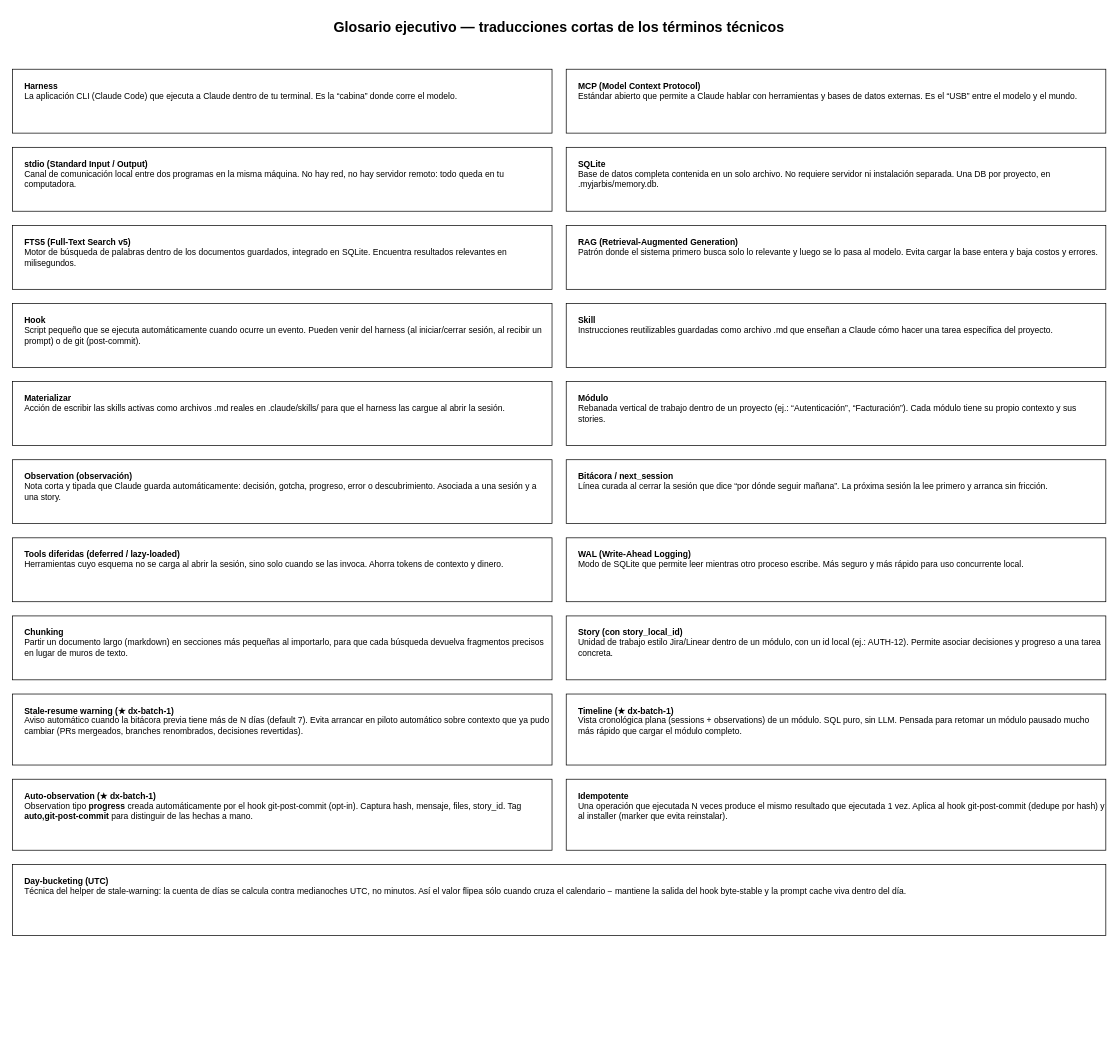
This is page "4. Glosario ejecutivo" (4 of 4) of docs/myjarbis-architecture.drawio from BraianTroncoso/myjarbis, a draw.io file, before an edit. Source tidied: cells renumbered, new cells numbered last; positions are measured from the earlier drawing's top-left corner, leaving out a move shared by most shapes. Both pictures are drawn from the tidied source at 71%, with x=0, y=0 at pixel (12, 12).
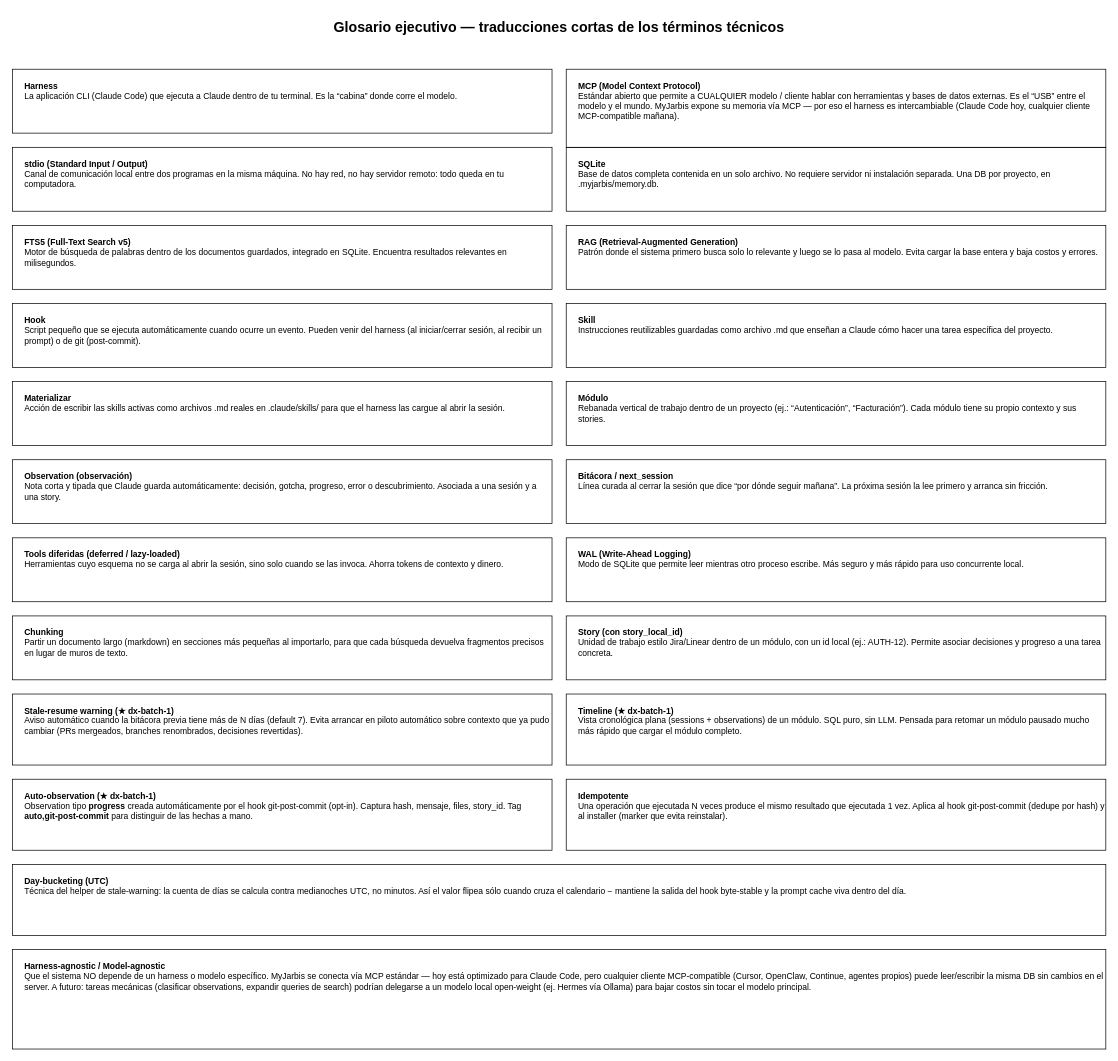
The same diagram, later.

Commit message (it also covers changes not shown here):
docs(diagram): surface MCP-agnostic positioning in architecture diagram

Change to the diagram source:
```diff
@@
-    <mxCell id="4" value="&lt;b&gt;MCP  (Model Context Protocol)&lt;/b&gt;&lt;br&gt;Estándar abierto que permite a Claude hablar con herramientas y bases de datos externas. Es el “USB” entre el modelo y el mundo." style="rounded=0;whiteSpace=wrap;html=1;fillColor=none;strokeColor=#000000;fontColor=#000000;align=left;verticalAlign=top;spacingLeft=15;spacingTop=10;" parent="1" vertex="1">
-      <mxGeometry x="780" y="80" width="760" height="90" as="geometry" />
+    <mxCell id="4" value="&lt;b&gt;MCP  (Model Context Protocol)&lt;/b&gt;&lt;br&gt;Estándar abierto que permite a CUALQUIER modelo / cliente hablar con herramientas y bases de datos externas. Es el “USB” entre el modelo y el mundo. MyJarbis expone su memoria vía MCP — por eso el harness es intercambiable (Claude Code hoy, cualquier cliente MCP-compatible mañana)." style="rounded=0;whiteSpace=wrap;html=1;fillColor=none;strokeColor=#000000;fontColor=#000000;align=left;verticalAlign=top;spacingLeft=15;spacingTop=10;" parent="1" vertex="1">
+      <mxGeometry x="780" y="80" width="760" height="110" as="geometry" />
     </mxCell>
@@
+    <mxCell id="24" value="&lt;b&gt;Harness-agnostic  /  Model-agnostic&lt;/b&gt;&lt;br&gt;Que el sistema NO depende de un harness o modelo específico. MyJarbis se conecta vía MCP estándar — hoy está optimizado para Claude Code, pero cualquier cliente MCP-compatible (Cursor, OpenClaw, Continue, agentes propios) puede leer/escribir la misma DB sin cambios en el server. A futuro: tareas mecánicas (clasificar observations, expandir queries de search) podrían delegarse a un modelo local open-weight (ej. Hermes vía Ollama) para bajar costos sin tocar el modelo principal." style="rounded=0;whiteSpace=wrap;html=1;fillColor=none;strokeColor=#000000;fontColor=#000000;align=left;verticalAlign=top;spacingLeft=15;spacingTop=10;" parent="1" vertex="1">
+      <mxGeometry y="1320" width="1540" height="140" as="geometry" />
+    </mxCell>
```
